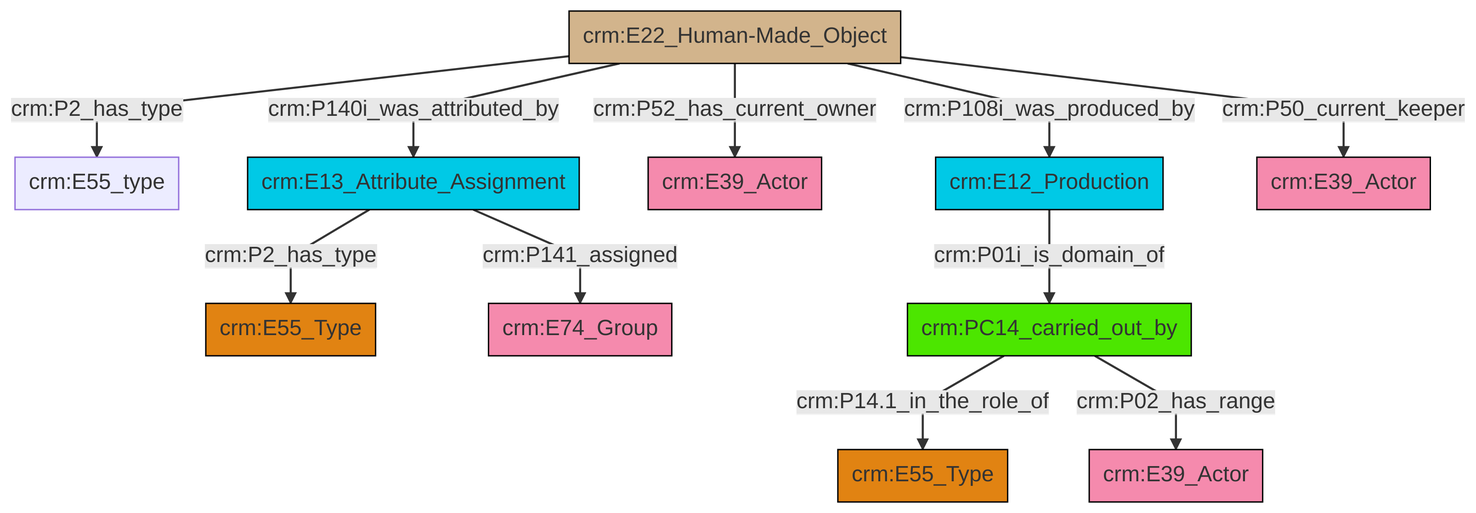
Earlier version of the Mermaid export et/artworkCSV/ttl/mmd/png/Artwork_Actor_Relations.png (swiss-art-research-net/docs.swissartresearch). Its source is kept beside it as et/artworkCSV/ttl/mmd/Artwork_Actor_Relations.ttl.mmd.
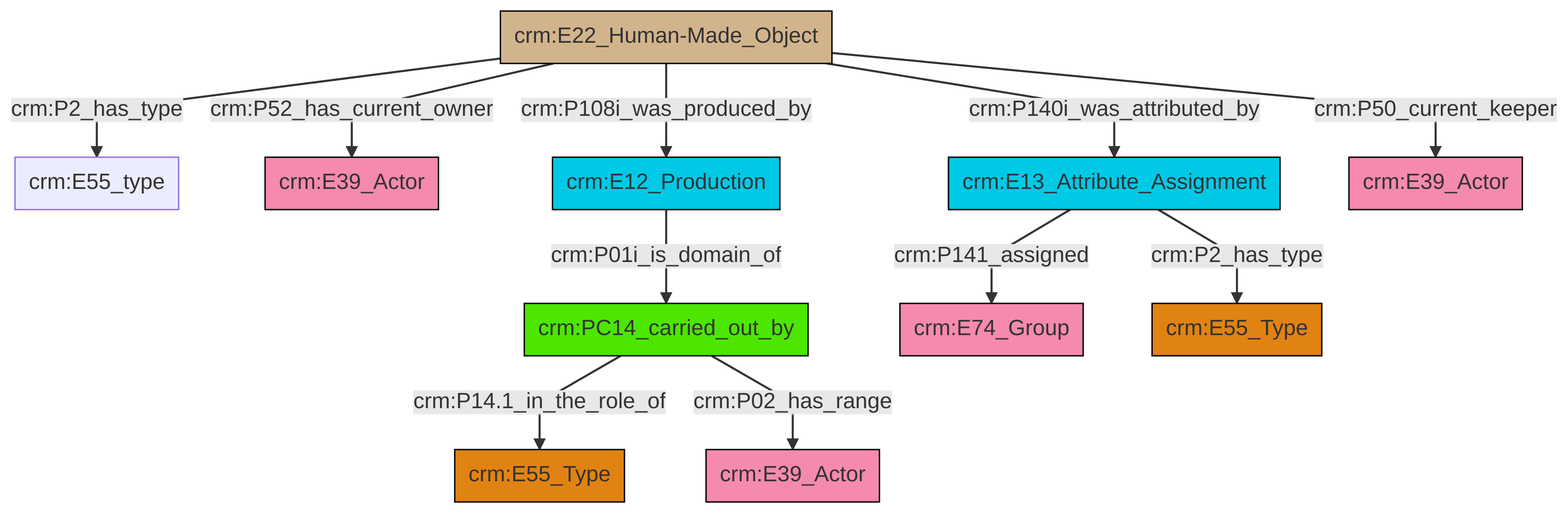
Later version of the same file.

The edit, as a diff of the source:
```diff
@@ -13,13 +13,13 @@
 classDef PC_Classes fill:#4ce600, stroke:#000000;
 classDef Multi fill:#cccccc,stroke:#000000;
 
-0["crm:E22_Human-Made_Object"]:::Physical_Thing -->|crm:P2_has_type| 1["crm:E55_type"]:::Default
-4["crm:PC14_carried_out_by"]:::PC_Classes -->|crm:P14.1_in_the_role_of| 5["crm:E55_Type"]:::Type
-0["crm:E22_Human-Made_Object"]:::Physical_Thing -->|crm:P140i_was_attributed_by| 10["crm:E13_Attribute_Assignment"]:::Temporal_Entity
-0["crm:E22_Human-Made_Object"]:::Physical_Thing -->|crm:P52_has_current_owner| 6["crm:E39_Actor"]:::Actor
-0["crm:E22_Human-Made_Object"]:::Physical_Thing -->|crm:P108i_was_produced_by| 11["crm:E12_Production"]:::Temporal_Entity
-10["crm:E13_Attribute_Assignment"]:::Temporal_Entity -->|crm:P2_has_type| 2["crm:E55_Type"]:::Type
-0["crm:E22_Human-Made_Object"]:::Physical_Thing -->|crm:P50_current_keeper| 18["crm:E39_Actor"]:::Actor
-11["crm:E12_Production"]:::Temporal_Entity -->|crm:P01i_is_domain_of| 4["crm:PC14_carried_out_by"]:::PC_Classes
-4["crm:PC14_carried_out_by"]:::PC_Classes -->|crm:P02_has_range| 8["crm:E39_Actor"]:::Actor
-10["crm:E13_Attribute_Assignment"]:::Temporal_Entity -->|crm:P141_assigned| 14["crm:E74_Group"]:::Actor
+2["crm:E13_Attribute_Assignment"]:::Temporal_Entity -->|crm:P141_assigned| 0["crm:E74_Group"]:::Actor
+3["crm:PC14_carried_out_by"]:::PC_Classes -->|crm:P14.1_in_the_role_of| 4["crm:E55_Type"]:::Type
+3["crm:PC14_carried_out_by"]:::PC_Classes -->|crm:P02_has_range| 5["crm:E39_Actor"]:::Actor
+8["crm:E22_Human-Made_Object"]:::Physical_Thing -->|crm:P2_has_type| 9["crm:E55_type"]:::Default
+8["crm:E22_Human-Made_Object"]:::Physical_Thing -->|crm:P52_has_current_owner| 6["crm:E39_Actor"]:::Actor
+8["crm:E22_Human-Made_Object"]:::Physical_Thing -->|crm:P108i_was_produced_by| 15["crm:E12_Production"]:::Temporal_Entity
+15["crm:E12_Production"]:::Temporal_Entity -->|crm:P01i_is_domain_of| 3["crm:PC14_carried_out_by"]:::PC_Classes
+8["crm:E22_Human-Made_Object"]:::Physical_Thing -->|crm:P140i_was_attributed_by| 2["crm:E13_Attribute_Assignment"]:::Temporal_Entity
+2["crm:E13_Attribute_Assignment"]:::Temporal_Entity -->|crm:P2_has_type| 12["crm:E55_Type"]:::Type
+8["crm:E22_Human-Made_Object"]:::Physical_Thing -->|crm:P50_current_keeper| 10["crm:E39_Actor"]:::Actor
```
